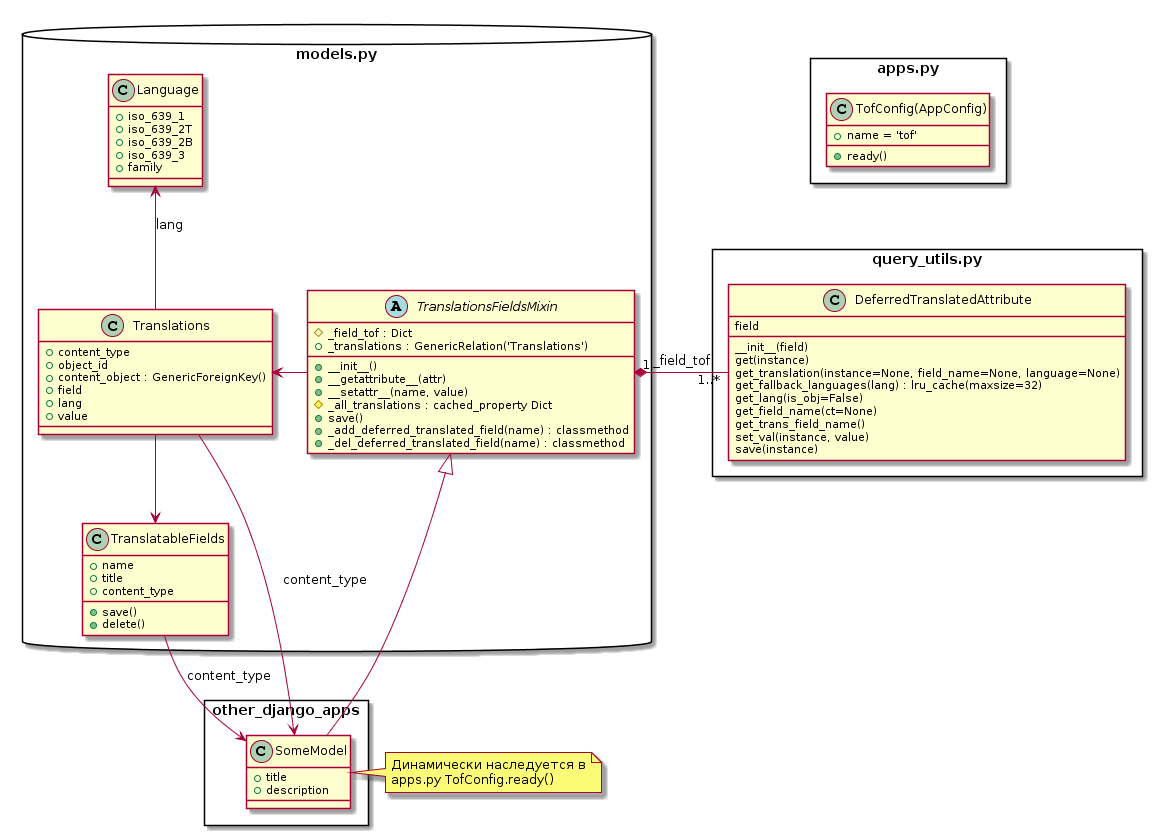
Above: docs/diagrams/struct.png in mom1/django-tof (PlantUML), before the change. Its diagram source:
```plantuml
@startuml
package models.py <<Database>> {
  class Translations {
    + content_type
    + object_id
    + {field} content_object : GenericForeignKey()
    + field
    + lang
    + value
  }

  abstract class TranslationsFieldsMixin {
    # _field_tof : Dict
    + {field} _translations : GenericRelation('Translations')
    + __init__()
    + __getattribute__(attr)
    + __setattr__(name, value)
    # {method} _all_translations : cached_property Dict
    + save()
    + _add_deferred_translated_field(name) : classmethod
    + _del_deferred_translated_field(name) : classmethod
  }

  class TranslatableFields {
    + name
    + title
    + content_type
    + save()
    + delete()
  }

  class Language {
    + iso_639_1
    + iso_639_2T
    + iso_639_2B
    + iso_639_3
    + family
  }
  Translations -up-> Language : "lang"
  Translations -down-> TranslatableFields
  TranslationsFieldsMixin -> Translations
}
package apps.py <<Rectangle>>{
  class TofConfig(AppConfig) {
    + name = 'tof'
    + ready()
  }
}

package query_utils.py <<Rectangle>>{
  class DeferredTranslatedAttribute {
    field
    __init__(field)
    get(instance)
    get_translation(instance=None, field_name=None, language=None)
    get_fallback_languages(lang) : lru_cache(maxsize=32)
    get_lang(is_obj=False)
    get_field_name(ct=None)
    get_trans_field_name()
    set_val(instance, value)
    save(instance)

  }
}

package other_django_apps <<Rectangle>>{
  class SomeModel{
    + title
    + description
  }
}

note right of SomeModel : Динамически наследуется в\napps.py TofConfig.ready()

TranslationsFieldsMixin <|-- SomeModel
TranslationsFieldsMixin "1" *-right- "1..*" DeferredTranslatedAttribute : "_field_tof"
Translations --> SomeModel : "content_type"
TranslatableFields --> SomeModel : "content_type"
@enduml
```
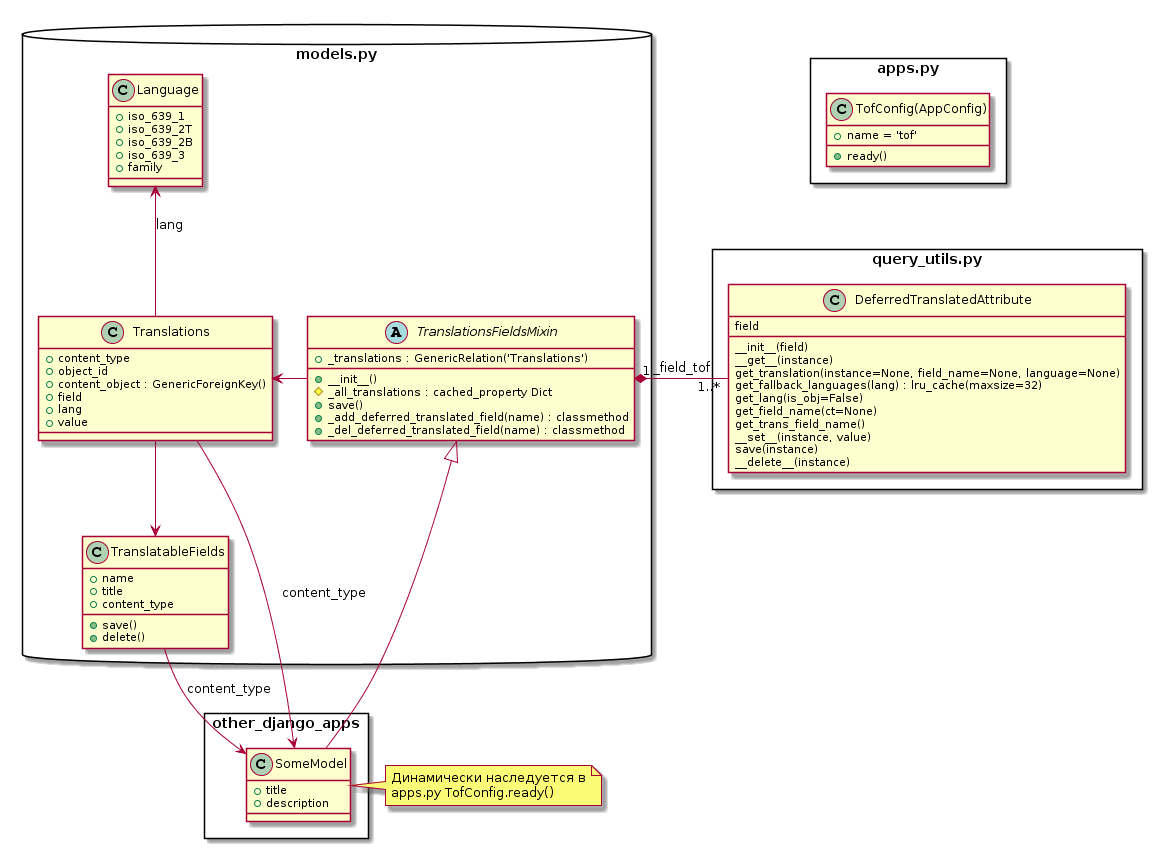
After the change.

The edit, as a diff of the source:
```diff
@@ -10,11 +10,8 @@
   }
 
   abstract class TranslationsFieldsMixin {
-    # _field_tof : Dict
     + {field} _translations : GenericRelation('Translations')
     + __init__()
-    + __getattribute__(attr)
-    + __setattr__(name, value)
     # {method} _all_translations : cached_property Dict
     + save()
     + _add_deferred_translated_field(name) : classmethod
@@ -51,15 +48,15 @@
   class DeferredTranslatedAttribute {
     field
     __init__(field)
-    get(instance)
+    __get__(instance)
     get_translation(instance=None, field_name=None, language=None)
     get_fallback_languages(lang) : lru_cache(maxsize=32)
     get_lang(is_obj=False)
     get_field_name(ct=None)
     get_trans_field_name()
-    set_val(instance, value)
+    __set__(instance, value)
     save(instance)
-
+    __delete__(instance)
   }
 }
 
```
